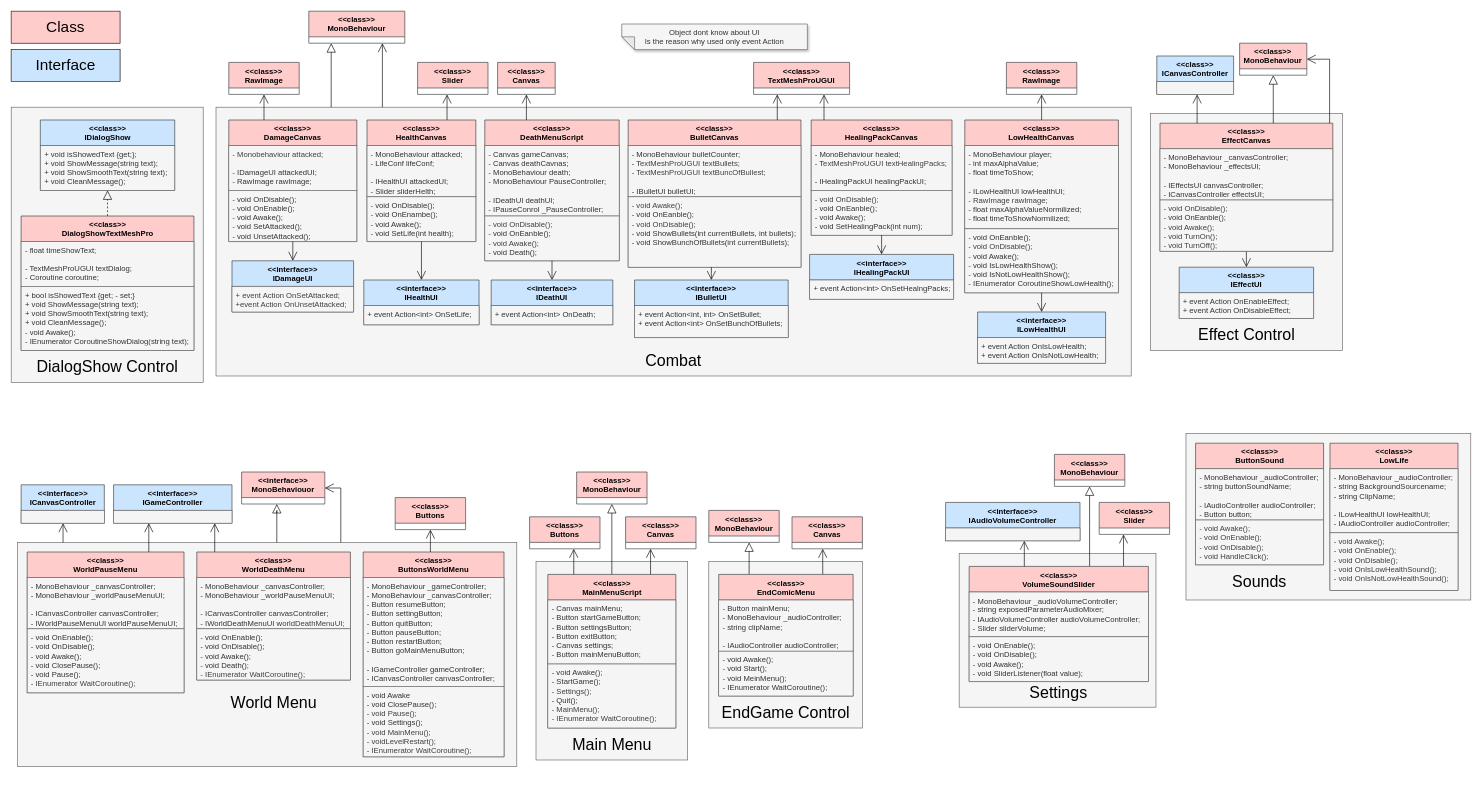
Earlier version of the draw.io diagram doc/Class_Diagram_UI.drawio (OGecgo/TheCatCult). Source tidied: cells renumbered, new cells numbered last; positions are measured from the earlier drawing's top-left corner, leaving out a move shared by most shapes. Both pictures are drawn from the tidied source at 64%, with x=0, y=0 at pixel (11, 11).
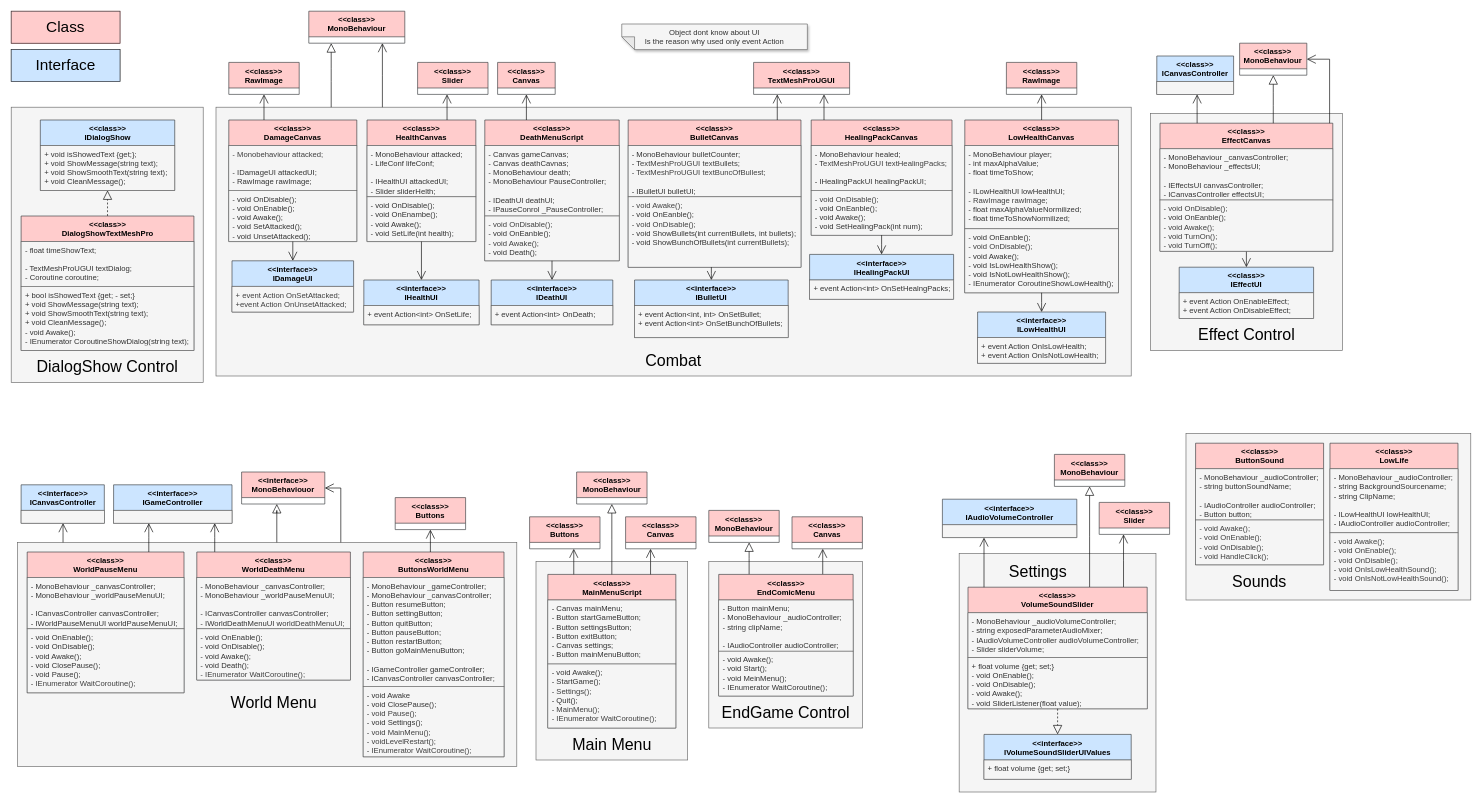
Above is the later version.

The edit, as a diff of the source:
```diff
@@
     <mxCell id="117" style="rounded=0;whiteSpace=wrap;html=1;fillColor=#f5f5f5;fontColor=#333333;strokeColor=#666666;" parent="1" vertex="1">
-      <mxGeometry x="1481.2" y="847.5" width="307.5" height="240" as="geometry" />
+      <mxGeometry x="1481.2" y="847.5" width="307.5" height="372.5" as="geometry" />
     </mxCell>
@@
     <mxCell id="122" value="&lt;div&gt;&amp;lt;&amp;lt;class&amp;gt;&amp;gt;&lt;/div&gt;&lt;div&gt;VolumeSoundSlider&lt;/div&gt;" style="swimlane;fontStyle=1;align=center;verticalAlign=top;horizontal=1;startSize=40;whiteSpace=wrap;html=1;fillColor=#ffcccc;strokeColor=#36393d;" parent="1" vertex="1">
-      <mxGeometry x="1496.8" y="867.5" width="280" height="180" as="geometry" />
+      <mxGeometry x="1495" y="900" width="280" height="190" as="geometry" />
     </mxCell>
@@
-    <mxCell id="124" value="- void OnEnable();&lt;div&gt;- void OnDisable();&lt;/div&gt;&lt;div&gt;- void Awake();&lt;/div&gt;&lt;div&gt;- void SliderListener(float value);&lt;/div&gt;" style="text;align=left;verticalAlign=top;spacingLeft=4;spacingRight=4;overflow=hidden;whiteSpace=wrap;html=1;fillColor=#f5f5f5;fontColor=#333333;strokeColor=#666666;" parent="122" vertex="1">
-      <mxGeometry y="110" width="280" height="70" as="geometry" />
+    <mxCell id="124" value="&lt;div&gt;&lt;span style=&quot;color: rgb(51, 51, 51);&quot;&gt;+ float volume {get; set;}&lt;/span&gt;&lt;/div&gt;- void OnEnable();&lt;div&gt;- void OnDisable();&lt;/div&gt;&lt;div&gt;- void Awake();&lt;/div&gt;&lt;div&gt;- void SliderListener(float value);&lt;/div&gt;" style="text;align=left;verticalAlign=top;spacingLeft=4;spacingRight=4;overflow=hidden;whiteSpace=wrap;html=1;fillColor=#f5f5f5;fontColor=#333333;strokeColor=#666666;" parent="122" vertex="1">
+      <mxGeometry y="110" width="280" height="80" as="geometry" />
     </mxCell>
     <mxCell id="125" value="Settings" style="text;html=1;align=center;verticalAlign=middle;whiteSpace=wrap;rounded=0;fontSize=25;" parent="1" vertex="1">
-      <mxGeometry x="1519.2" y="1047.5" width="235" height="30" as="geometry" />
+      <mxGeometry x="1550" y="860" width="108.8" height="30" as="geometry" />
     </mxCell>
     <mxCell id="126" value="&lt;div&gt;&amp;lt;&amp;lt;interface&amp;gt;&amp;gt;&lt;/div&gt;&lt;div&gt;IAudioVolumeController&lt;/div&gt;" style="swimlane;fontStyle=1;align=center;verticalAlign=top;horizontal=1;startSize=40;whiteSpace=wrap;html=1;fillColor=#cce5ff;strokeColor=#36393d;" parent="1" vertex="1">
-      <mxGeometry x="1460" y="767.5" width="210" height="60" as="geometry" />
+      <mxGeometry x="1455" y="762.5" width="210" height="60" as="geometry" />
     </mxCell>
@@
     <mxCell id="128" style="edgeStyle=elbowEdgeStyle;html=1;endSize=12;endArrow=open;endFill=0;rounded=0;" parent="1" edge="1" source="122" target="126">
-      <mxGeometry relative="1" as="geometry" />
+      <mxGeometry relative="1" as="geometry">
+        <Array as="points">
+          <mxPoint x="1520" y="850" />
+        </Array>
+      </mxGeometry>
     </mxCell>
@@
+    <mxCell id="146" value="&lt;div&gt;&amp;lt;&amp;lt;interface&amp;gt;&amp;gt;&lt;/div&gt;&lt;div&gt;IVolumeSoundSliderUIValues&lt;/div&gt;" style="swimlane;fontStyle=1;align=center;verticalAlign=top;horizontal=1;startSize=40;whiteSpace=wrap;html=1;fillColor=#cce5ff;strokeColor=#36393d;" parent="1" vertex="1">
+      <mxGeometry x="1520" y="1130" width="230" height="70" as="geometry" />
+    </mxCell>
+    <mxCell id="147" value="+ float volume {get; set;}" style="text;align=left;verticalAlign=top;spacingLeft=4;spacingRight=4;overflow=hidden;whiteSpace=wrap;html=1;fillColor=#f5f5f5;fontColor=#333333;strokeColor=#666666;" parent="146" vertex="1">
+      <mxGeometry y="40" width="230" height="30" as="geometry" />
+    </mxCell>
+    <mxCell id="148" style="edgeStyle=elbowEdgeStyle;html=1;endSize=12;endArrow=block;endFill=0;rounded=0;dashed=1;" parent="1" edge="1" source="122" target="146">
+      <mxGeometry relative="1" as="geometry">
+        <Array as="points">
+          <mxPoint x="1650" y="900" />
+        </Array>
+      </mxGeometry>
+    </mxCell>
```
